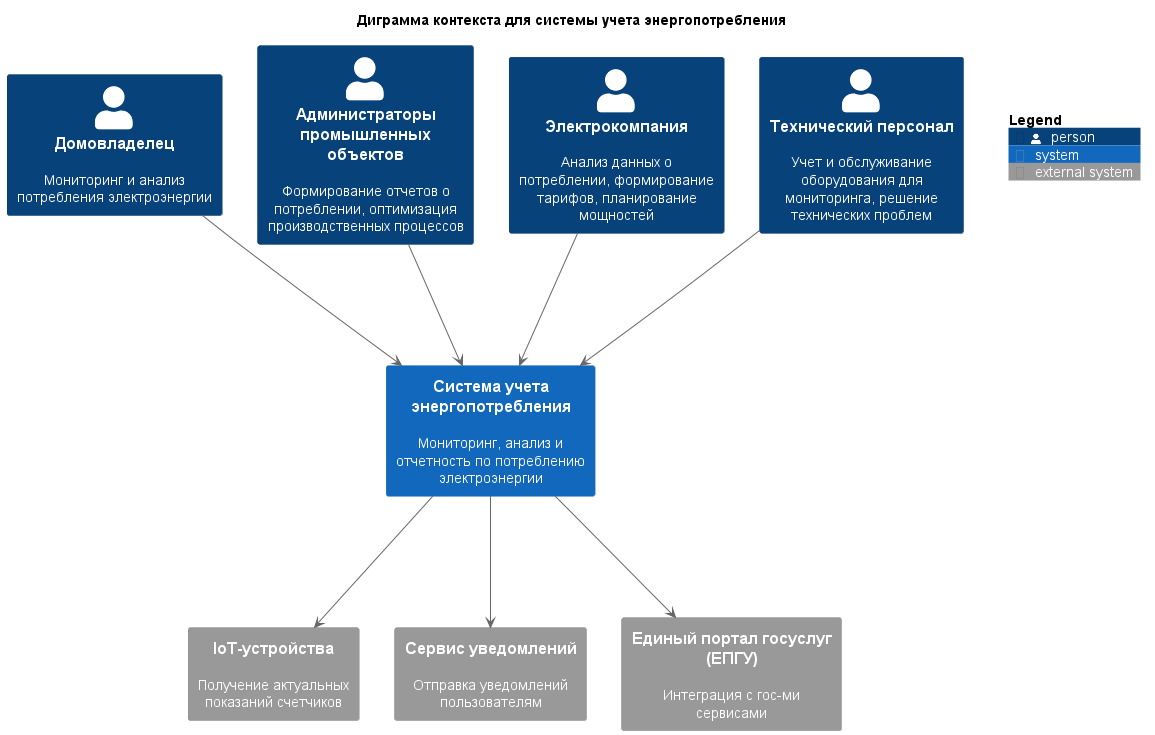
The PlantUML diagram out/2. Технический проект/context/C4_Context.png in I1yaMatveev/SoftwareDevelopmentTechnology, before a commit.
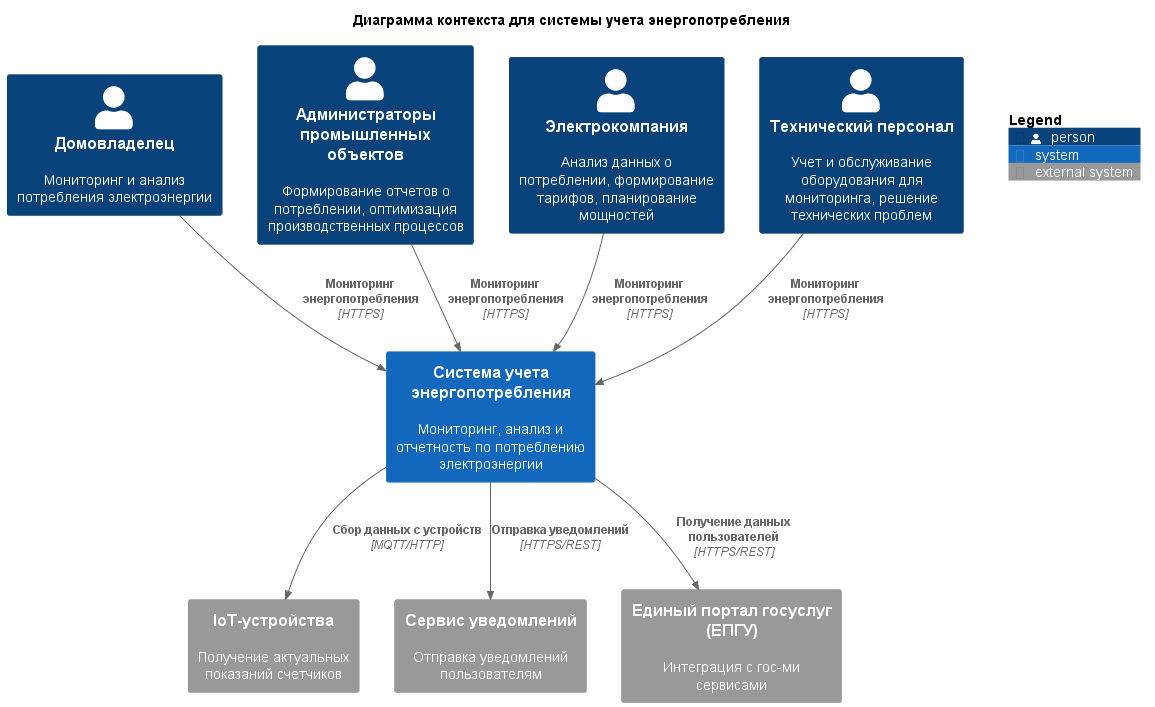
After the commit.

What changed in the source:
```diff
@@ -1,5 +1,5 @@
 @startuml C4_Context
-title "Диграмма контекста для системы учета энергопотребления"
+title "Диаграмма контекста для системы учета энергопотребления"
 
 !include https://raw.githubusercontent.com/plantuml-stdlib/C4-PlantUML/master/C4_Container.puml
 
@@ -10,18 +10,18 @@
 
 System(meteringSystem, "Система учета энергопотребления", "Мониторинг, анализ и отчетность по потреблению электроэнергии")
 
-homeowner ---> meteringSystem
-industrialFacilityAministrator ---> meteringSystem
-electricCompany ---> meteringSystem
-technicalStaff ---> meteringSystem
+Rel(homeowner, meteringSystem, "Мониторинг энергопотребления", "HTTPS")
+Rel(industrialFacilityAministrator, meteringSystem, "Мониторинг энергопотребления", "HTTPS")
+Rel(electricCompany, meteringSystem, "Мониторинг энергопотребления", "HTTPS")
+Rel(technicalStaff, meteringSystem, "Мониторинг энергопотребления", "HTTPS")
 
 System_Ext(ioTDevices, "IoT-устройства", "Получение актуальных показаний счетчиков")
 System_Ext(notificationService, "Сервис уведомлений", "Отправка уведомлений пользователям")
 System_Ext(governmentServices, "Единый портал госуслуг (ЕПГУ)", "Интеграция с гос-ми сервисами")
 
-meteringSystem ---> ioTDevices
-meteringSystem ---> notificationService
-meteringSystem ---> governmentServices
+Rel(meteringSystem, governmentServices, "Получение данных пользователей", "HTTPS/REST")
+Rel(meteringSystem, ioTDevices, "Сбор данных с устройств", "MQTT/HTTP")
+Rel(meteringSystem, notificationService, "Отправка уведомлений", "HTTPS/REST")
 
 
 SHOW_FLOATING_LEGEND()
```
